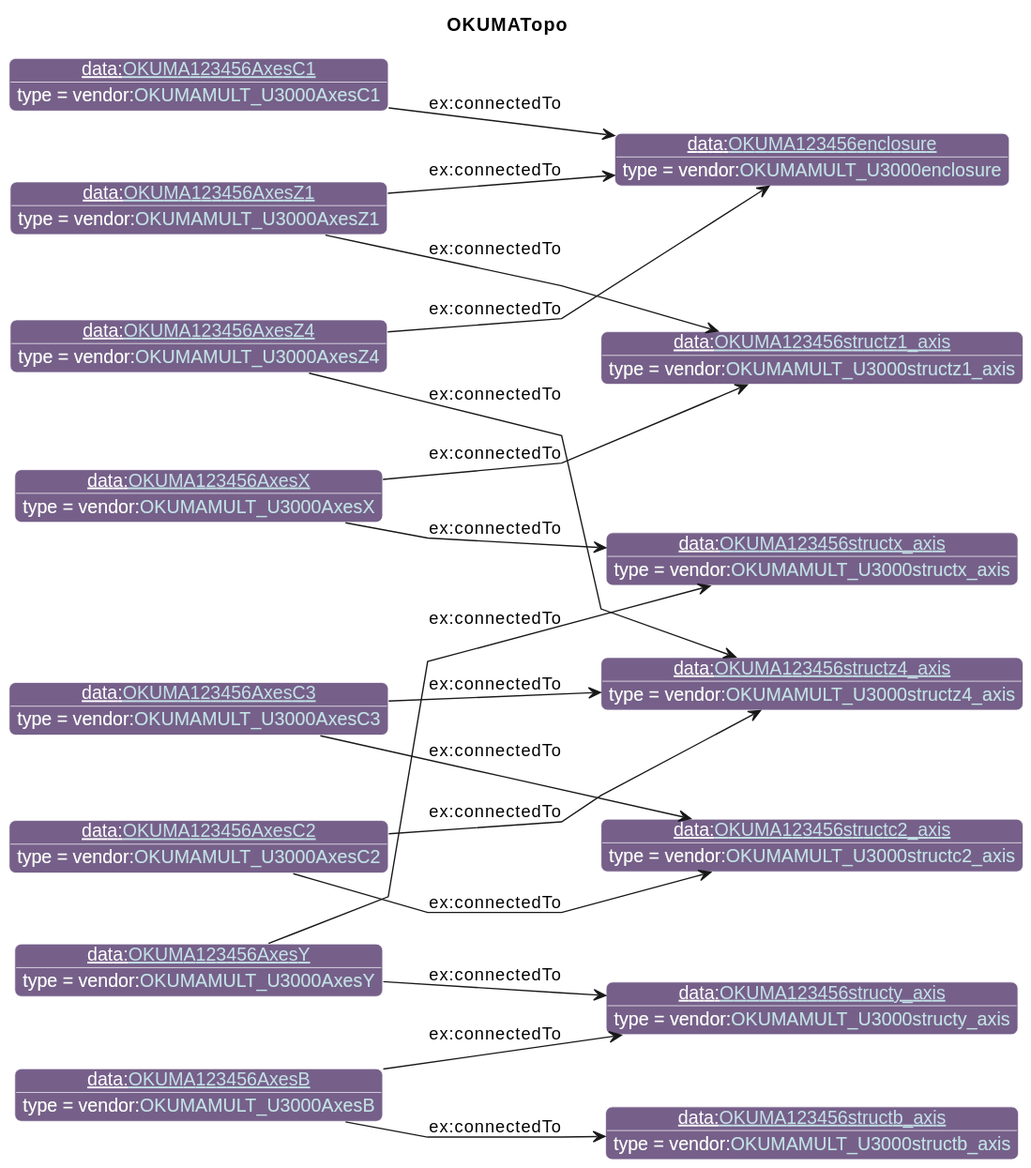
The PlantUML diagram diagrams/OKUMATopo.svg in iofoundry/example-syseng-mtconnect, before a commit.
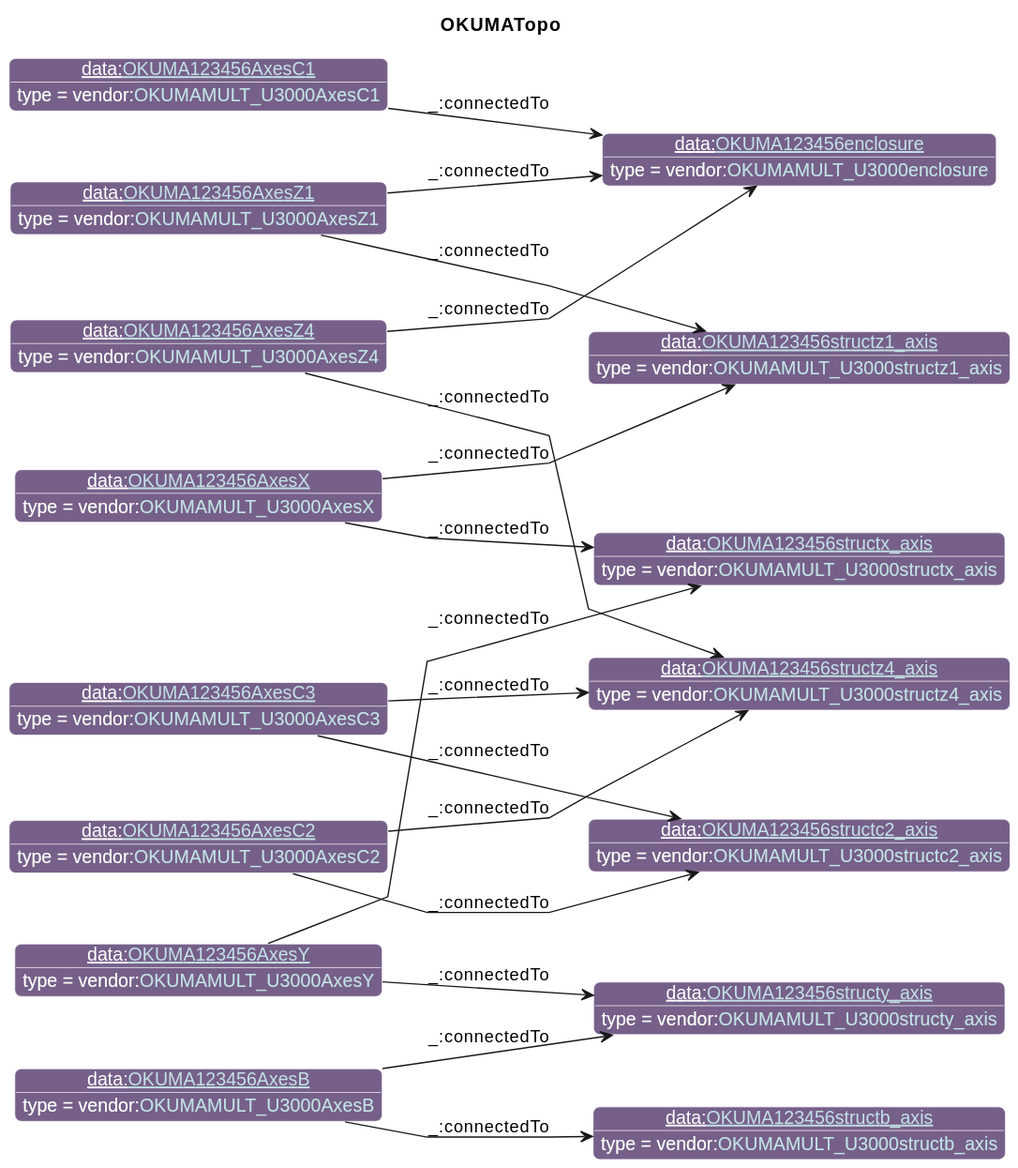
The same file after the commit.

What changed in the source:
```diff
@@ -40,19 +40,19 @@
 individual(o12, data:[[./OKUMA123456AxesC2.html OKUMA123456AxesC2]], vendor:[[../OKUMA.html#OKUMAMULT_U3000AxesC2 OKUMAMULT_U3000AxesC2]])
 individual(o13, data:[[./OKUMA123456structc2_axis.html OKUMA123456structc2_axis]], vendor:[[../OKUMA.html#OKUMAMULT_U3000structc2_axis OKUMAMULT_U3000structc2_axis]])
 individual(o14, data:[[./OKUMA123456AxesC3.html OKUMA123456AxesC3]], vendor:[[../OKUMA.html#OKUMAMULT_U3000AxesC3 OKUMAMULT_U3000AxesC3]])
-property(o0, "ex:connectedTo", o1)
-property(o0, "ex:connectedTo", o2)
-property(o3, "ex:connectedTo", o2)
-property(o3, "ex:connectedTo", o4)
-property(o5, "ex:connectedTo", o6)
-property(o5, "ex:connectedTo", o1)
-property(o7, "ex:connectedTo", o4)
-property(o7, "ex:connectedTo", o8)
-property(o9, "ex:connectedTo", o6)
-property(o10, "ex:connectedTo", o6)
-property(o10, "ex:connectedTo", o11)
-property(o12, "ex:connectedTo", o11)
-property(o12, "ex:connectedTo", o13)
-property(o14, "ex:connectedTo", o11)
-property(o14, "ex:connectedTo", o13)
+property(o0, "_:connectedTo", o1)
+property(o0, "_:connectedTo", o2)
+property(o3, "_:connectedTo", o2)
+property(o3, "_:connectedTo", o4)
+property(o5, "_:connectedTo", o6)
+property(o5, "_:connectedTo", o1)
+property(o7, "_:connectedTo", o4)
+property(o7, "_:connectedTo", o8)
+property(o9, "_:connectedTo", o6)
+property(o10, "_:connectedTo", o6)
+property(o10, "_:connectedTo", o11)
+property(o12, "_:connectedTo", o11)
+property(o12, "_:connectedTo", o13)
+property(o14, "_:connectedTo", o11)
+property(o14, "_:connectedTo", o13)
 @enduml
```
